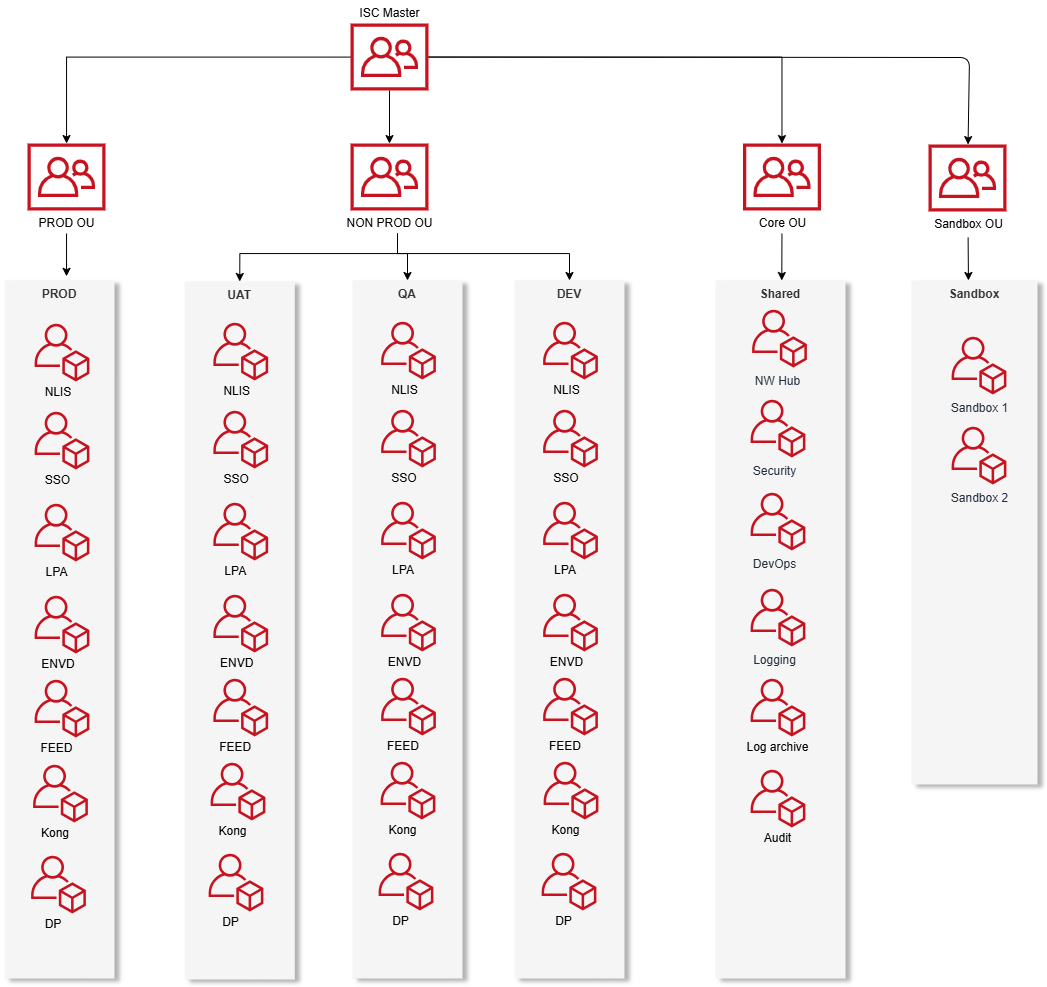
Earlier version of the draw.io export AWS Infrastructure/aws-organisation/isc-aws-landingzone-arch.drawio.png (debaduttadas/eaframework). Source tidied: cells renumbered, new cells last; positions are measured from the earlier drawing's top-left corner, leaving out a move shared by most shapes.
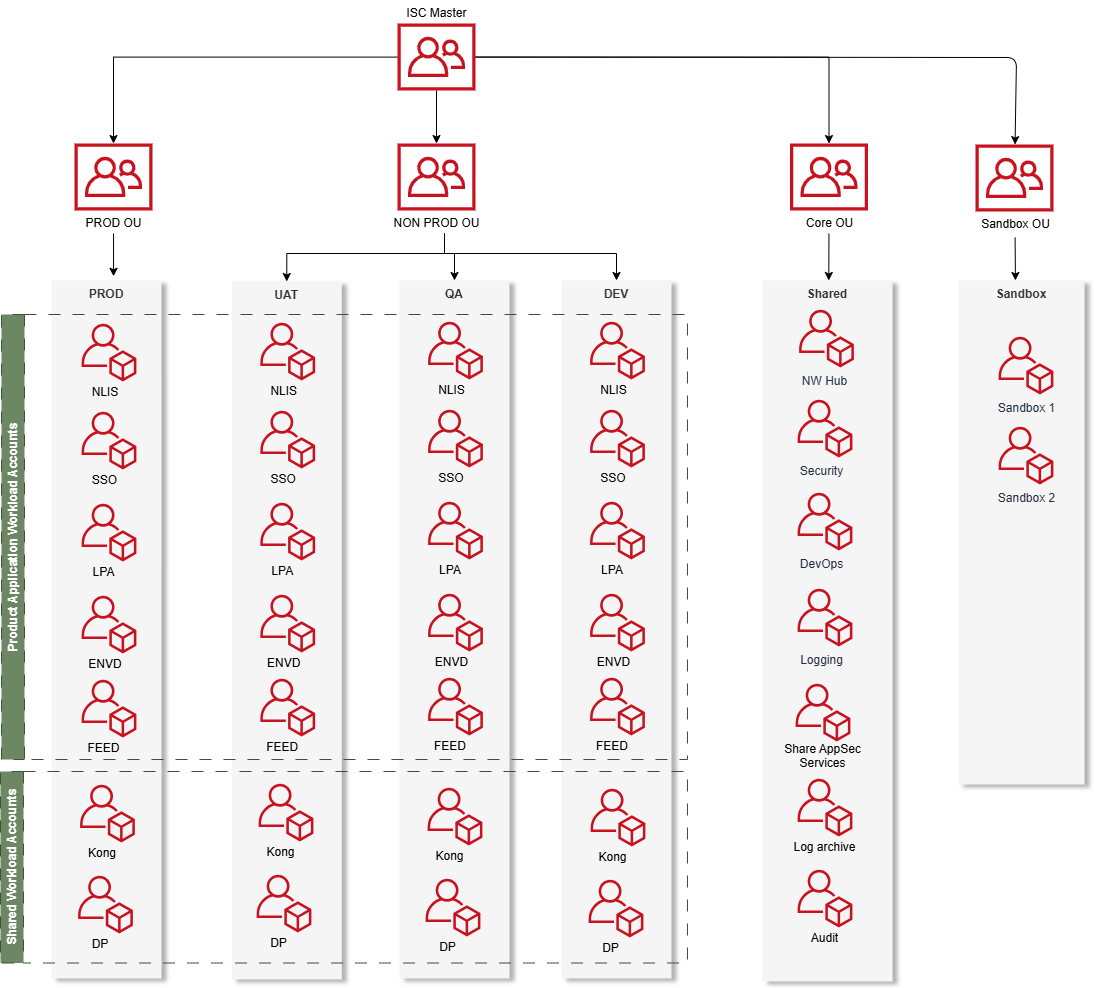
Later version of the same file.

Commit message:
updated the aws-organisation draw.io architecture and the corresponding png

Diff of the diagram source:
```diff
@@ -3,7 +3,7 @@
     <mxCell id="0" />
     <mxCell id="1" parent="0" />
     <mxCell id="2" value="Shared" style="fillColor=#f5f5f5;strokeColor=none;dashed=1;verticalAlign=top;fontStyle=1;fontColor=#333333;rounded=0;shadow=1;align=center;shadowOffsetX=5;shadowOpacity=30;fontFamily=Helvetica;fontSize=12;" parent="1" vertex="1">
-      <mxGeometry x="711" y="280" width="130" height="698" as="geometry" />
+      <mxGeometry x="711" y="280" width="130" height="701" as="geometry" />
     </mxCell>
     <mxCell id="3" value="UAT" style="fillColor=#f5f5f5;strokeColor=none;dashed=1;verticalAlign=top;fontStyle=1;fontColor=#333333;rounded=0;shadow=1;align=center;shadowOffsetX=5;shadowOpacity=30;fontFamily=Helvetica;fontSize=12;" parent="1" vertex="1">
       <mxGeometry x="180.3" y="281" width="110" height="698" as="geometry" />
@@ -247,7 +247,7 @@
       <mxGeometry relative="1" as="geometry" />
     </mxCell>
     <mxCell id="77" value="Log archive" style="group;rounded=0;verticalAlign=bottom;" parent="1" vertex="1">
-      <mxGeometry x="746" y="678" width="55" height="78" as="geometry" />
+      <mxGeometry x="746" y="778" width="55" height="78" as="geometry" />
     </mxCell>
     <mxCell id="78" style="fontColor=#232F3E;gradientColor=none;fillColor=#C7131F;strokeColor=none;dashed=0;verticalLabelPosition=bottom;verticalAlign=top;align=center;html=1;fontSize=12;fontStyle=0;shape=mxgraph.aws4.organizations_account;rounded=0;" parent="77" vertex="1">
       <mxGeometry width="55" height="58" as="geometry" />
@@ -268,7 +268,7 @@
       <mxGeometry relative="1" as="geometry" />
     </mxCell>
     <mxCell id="84" style="group;" parent="1" vertex="1">
-      <mxGeometry x="26.5" y="764" width="57" height="169" as="geometry" />
+      <mxGeometry x="26.5" y="784" width="57" height="169" as="geometry" />
     </mxCell>
     <mxCell id="85" value="Kong" style="group;rounded=0;verticalAlign=bottom;align=center;spacingRight=10;" parent="84" vertex="1">
       <mxGeometry x="2" width="55" height="78" as="geometry" />
@@ -283,7 +283,7 @@
       <mxGeometry width="55" height="58" as="geometry" />
     </mxCell>
     <mxCell id="89" style="group;" parent="1" vertex="1">
-      <mxGeometry x="204" y="762" width="57" height="169" as="geometry" />
+      <mxGeometry x="205" y="783" width="57" height="169" as="geometry" />
     </mxCell>
     <mxCell id="90" value="Kong" style="group;rounded=0;verticalAlign=bottom;align=center;spacingRight=10;" parent="89" vertex="1">
       <mxGeometry x="2" width="55" height="78" as="geometry" />
@@ -298,7 +298,7 @@
       <mxGeometry width="55" height="58" as="geometry" />
     </mxCell>
     <mxCell id="94" style="group;" parent="1" vertex="1">
-      <mxGeometry x="374" y="761" width="57" height="169" as="geometry" />
+      <mxGeometry x="374" y="787" width="57" height="169" as="geometry" />
     </mxCell>
     <mxCell id="95" value="Kong" style="group;rounded=0;verticalAlign=bottom;align=center;spacingRight=10;" parent="94" vertex="1">
       <mxGeometry x="2" width="55" height="78" as="geometry" />
@@ -313,7 +313,7 @@
       <mxGeometry width="55" height="58" as="geometry" />
     </mxCell>
     <mxCell id="99" style="group;" parent="1" vertex="1">
-      <mxGeometry x="537" y="761" width="57" height="169" as="geometry" />
+      <mxGeometry x="537" y="788" width="57" height="169" as="geometry" />
     </mxCell>
     <mxCell id="100" value="Kong" style="group;rounded=0;verticalAlign=bottom;align=center;spacingRight=10;" parent="99" vertex="1">
       <mxGeometry x="2" width="55" height="78" as="geometry" />
@@ -328,10 +328,22 @@
       <mxGeometry width="55" height="58" as="geometry" />
     </mxCell>
     <mxCell id="104" value="Audit" style="group;rounded=0;verticalAlign=bottom;" parent="1" vertex="1">
-      <mxGeometry x="746" y="769" width="55" height="78" as="geometry" />
+      <mxGeometry x="746" y="869" width="55" height="78" as="geometry" />
     </mxCell>
     <mxCell id="105" style="fontColor=#232F3E;gradientColor=none;fillColor=#C7131F;strokeColor=none;dashed=0;verticalLabelPosition=bottom;verticalAlign=top;align=center;html=1;fontSize=12;fontStyle=0;shape=mxgraph.aws4.organizations_account;rounded=0;" parent="104" vertex="1">
       <mxGeometry width="55" height="58" as="geometry" />
     </mxCell>
+    <mxCell id="106" value="Product Application Workload Accounts" style="swimlane;horizontal=0;whiteSpace=wrap;html=1;dashed=1;dashPattern=12 12;fillColor=#6d8764;strokeColor=#3A5431;fontColor=#ffffff;" parent="1" vertex="1">
+      <mxGeometry x="-50" y="314" width="686" height="445" as="geometry" />
+    </mxCell>
+    <mxCell id="107" value="Shared Workload Accounts" style="swimlane;horizontal=0;whiteSpace=wrap;html=1;dashed=1;dashPattern=12 12;fillColor=#6d8764;strokeColor=#3A5431;fontColor=#ffffff;" parent="1" vertex="1">
+      <mxGeometry x="-51" y="771" width="687" height="191.5" as="geometry" />
+    </mxCell>
+    <mxCell id="108" value="Share AppSec&#10;Services" style="group;rounded=0;verticalAlign=bottom;spacingBottom=-10;spacing=1;" parent="1" vertex="1">
+      <mxGeometry x="744" y="683" width="55" height="78" as="geometry" />
+    </mxCell>
+    <mxCell id="109" style="fontColor=#232F3E;gradientColor=none;fillColor=#C7131F;strokeColor=none;dashed=0;verticalLabelPosition=bottom;verticalAlign=top;align=center;html=1;fontSize=12;fontStyle=0;shape=mxgraph.aws4.organizations_account;rounded=0;" parent="108" vertex="1">
+      <mxGeometry width="55" height="58" as="geometry" />
+    </mxCell>
   </root>
 </mxGraphModel>
```
